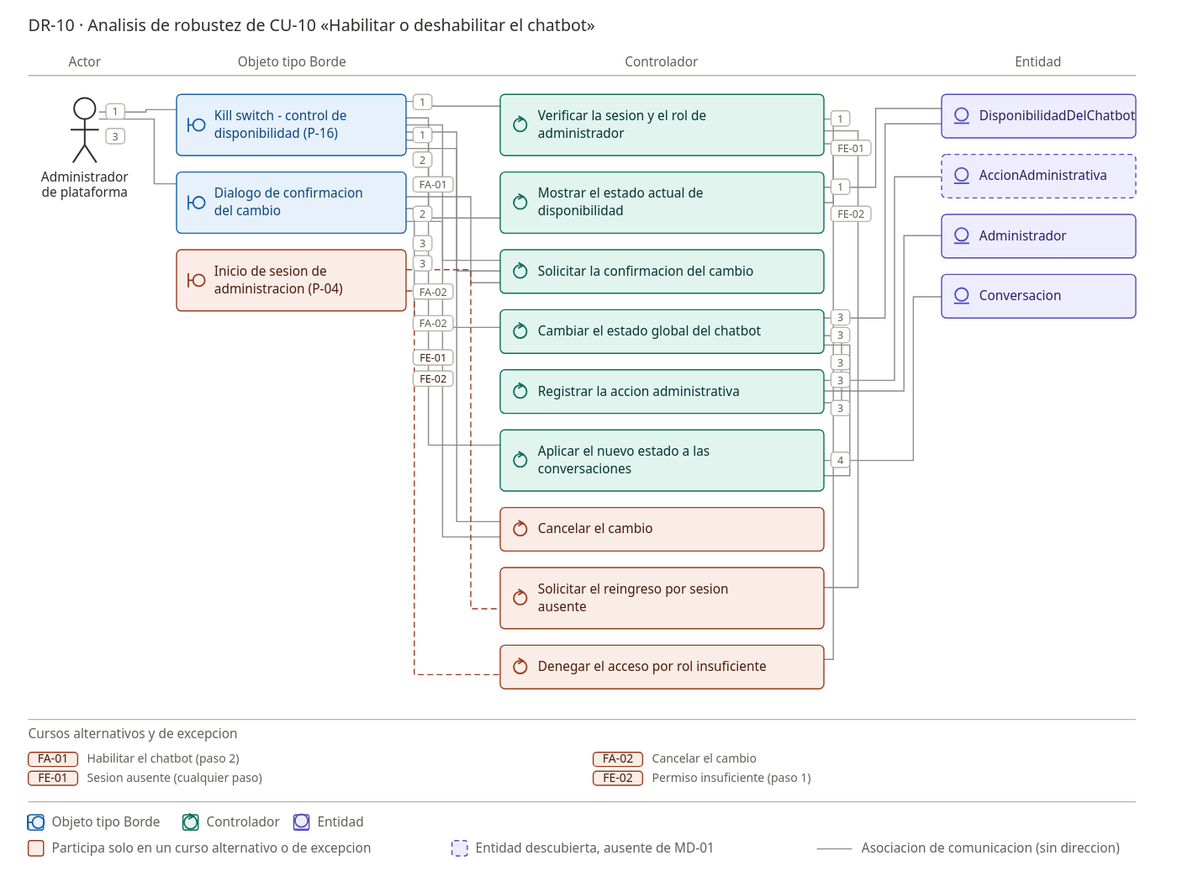
Earlier version of the PlantUML export docs/07_casos_uso/robustez/DR-10_robustez_habilitar_deshabilitar_chatbot.svg (jonatan8254/alan-aura-academico). Its source is kept beside it as docs/07_casos_uso/robustez/DR-10_robustez_habilitar_deshabilitar_chatbot.puml.
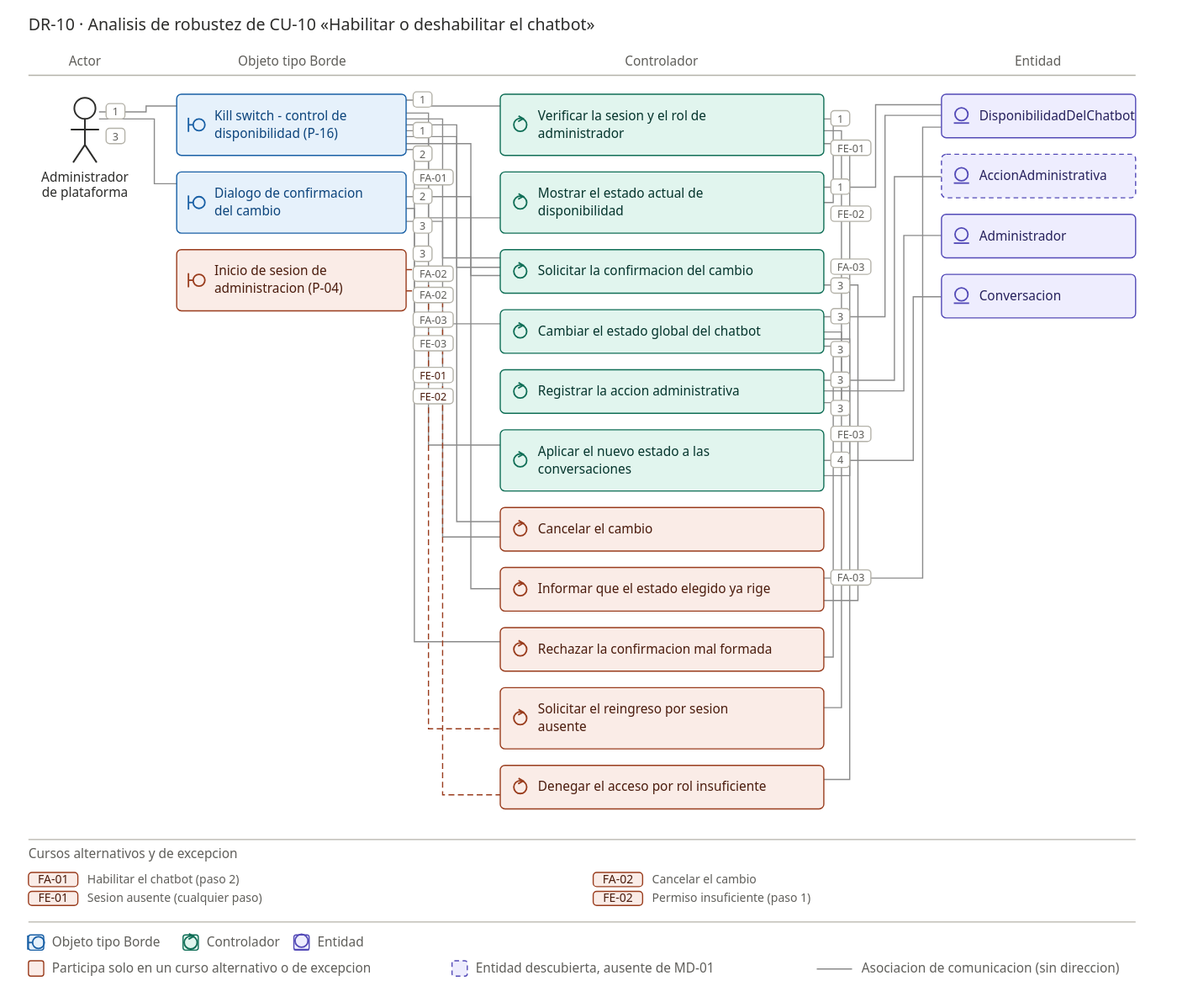
The same file after the commit.

What changed in the source:
```diff
@@ -16,6 +16,8 @@
 control "Registrar la accion administrativa" as C_RegistrarAccion
 control "Aplicar el nuevo estado a las conversaciones" as C_AplicarNuevoEstado
 control "Cancelar el cambio" as C_CancelarCambio #LightCoral
+control "Informar que el estado elegido ya rige" as C_InformarEstadoYaVigente #LightCoral
+control "Rechazar la confirmacion mal formada" as C_RechazarConfirmacionInvalida #LightCoral
 control "Solicitar el reingreso por sesion ausente" as C_SolicitarReingreso #LightCoral
 control "Denegar el acceso por rol insuficiente" as C_DenegarPorRol #LightCoral
 
@@ -42,11 +44,16 @@
 C_AplicarNuevoEstado -- B_ControlDisponibilidad : 3 refleja el estado vigente en el panel
 C_AplicarNuevoEstado -- E_Conversacion : 4 deshabilitado, ningun usuario inicia conversacion; habilitado, CU-06 vuelve a estar disponible
 B_DialogoConfirmacion -- C_CancelarCambio : FA-02 el Administrador no confirma
-C_CancelarCambio -- B_ControlDisponibilidad : FA-02 vuelve al paso 1 y el estado no cambia
+C_CancelarCambio -- B_ControlDisponibilidad : FA-02 cancela y vuelve al paso 1; el estado no cambia
+C_SolicitarConfirmacion -- C_InformarEstadoYaVigente : FA-03 el estado elegido ya es el vigente
+C_InformarEstadoYaVigente -- E_DisponibilidadDelChatbot : FA-03 contrasta con el estado global
+C_InformarEstadoYaVigente -- B_ControlDisponibilidad : FA-03 finaliza sin cambiar nada ni registrar accion
+C_CambiarEstadoGlobal -- C_RechazarConfirmacionInvalida : FE-03 la confirmacion llega mal formada
+C_RechazarConfirmacionInvalida -- B_ControlDisponibilidad : FE-03 vuelve al paso 1; 400 y el estado no cambia
 C_VerificarSesionYRol -- C_SolicitarReingreso : FE-01 sesion ausente
-C_SolicitarReingreso -- B_LoginAdmin : FE-01 solicita reingresar por CU-03, estado sin cambios
+C_SolicitarReingreso -- B_LoginAdmin : FE-01 termina; reingresar por CU-03, estado sin cambios
 C_VerificarSesionYRol -- C_DenegarPorRol : FE-02 rol no administrador aunque manipule el cliente
-C_DenegarPorRol -- B_LoginAdmin : FE-02 sin acceso, redireccion segura
+C_DenegarPorRol -- B_LoginAdmin : FE-02 termina; sin acceso, redireccion segura
 
 legend right
   <b>Convencion de color</b>
```
